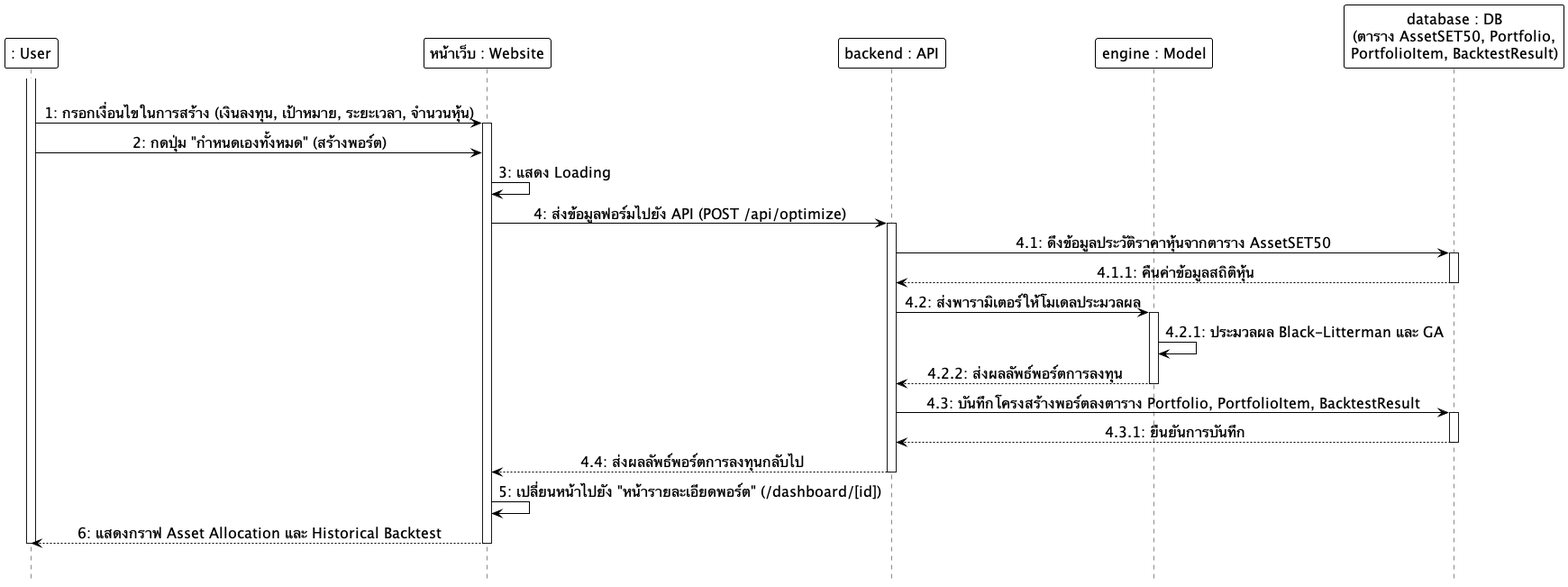
Above: docs/diagrams/images/sequence/sequence_05_create_portfolio.png in Anatta-at/my-portfolio-app (PlantUML), before the change.
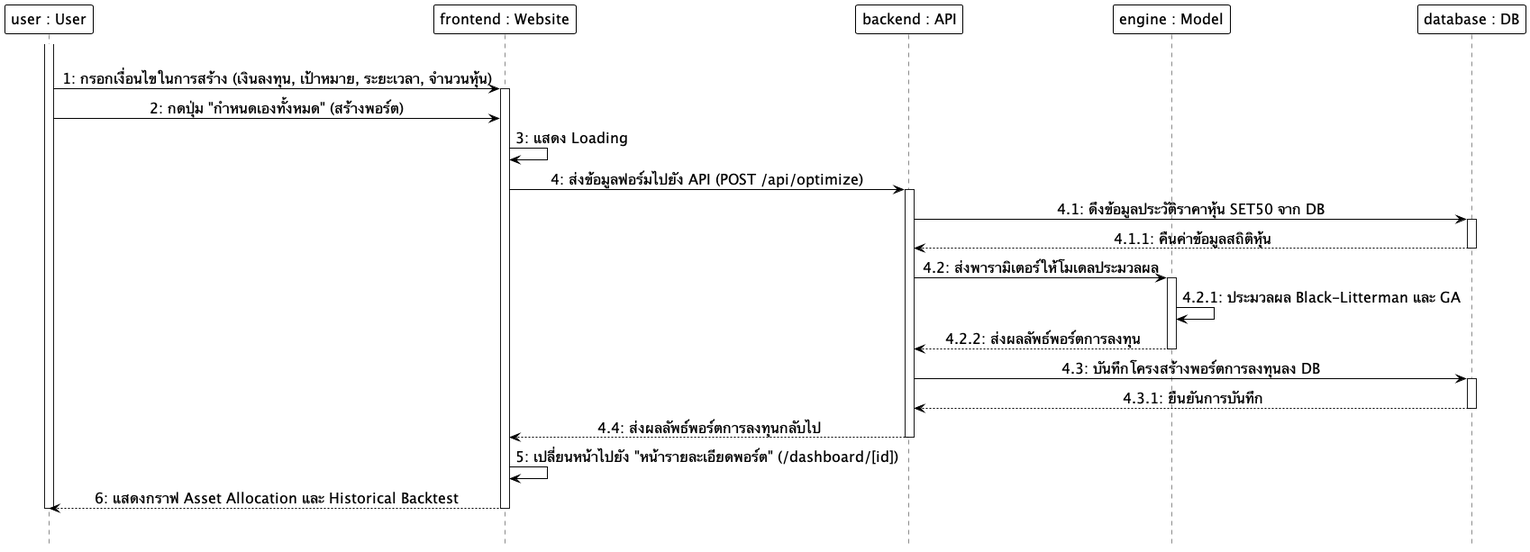
The same diagram one commit later.

Diff of the diagram source:
```diff
@@ -16,11 +16,11 @@
 skinparam ArrowFontSize 16
 skinparam sequenceMessageAlign center
 
-participant ": User" as User
-participant "หน้าเว็บ : Website" as Frontend
+participant "user : User" as User
+participant "frontend : Website" as Frontend
 participant "backend : API" as Backend
 participant "engine : Model" as Model
-participant "database : DB\n(ตาราง AssetSET50, Portfolio,\nPortfolioItem, BacktestResult)" as DB
+participant "database : DB" as DB
 
 |||
 activate User
@@ -30,7 +30,7 @@
 Frontend -> Frontend: 3: แสดง Loading
 Frontend -> Backend: 4: ส่งข้อมูลฟอร์มไปยัง API (POST /api/optimize)
 activate Backend
-Backend -> DB: 4.1: ดึงข้อมูลประวัติราคาหุ้นจากตาราง AssetSET50
+Backend -> DB: 4.1: ดึงข้อมูลประวัติราคาหุ้น SET50 จาก DB
 activate DB
 DB --> Backend: 4.1.1: คืนค่าข้อมูลสถิติหุ้น
 deactivate DB
@@ -39,7 +39,7 @@
 Model -> Model: 4.2.1: ประมวลผล Black-Litterman และ GA
 Model --> Backend: 4.2.2: ส่งผลลัพธ์พอร์ตการลงทุน
 deactivate Model
-Backend -> DB: 4.3: บันทึกโครงสร้างพอร์ตลงตาราง Portfolio, PortfolioItem, BacktestResult
+Backend -> DB: 4.3: บันทึกโครงสร้างพอร์ตการลงทุนลง DB
 activate DB
 DB --> Backend: 4.3.1: ยืนยันการบันทึก
 deactivate DB
```
